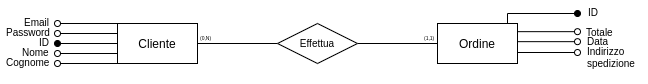
Before: docs/images/cliente.png, a diagram exported from draw.io (krosspile/ecommerce_database). Source tidied: cells renumbered, new cells last; positions are measured from the earlier drawing's top-left corner, leaving out a move shared by most shapes.
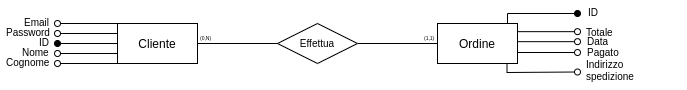
After the commit.

What changed in the source:
```diff
@@ -65,8 +65,8 @@
     <mxCell id="17" value="Totale" style="text;strokeColor=none;fillColor=none;spacingLeft=4;spacingRight=4;overflow=hidden;fontSize=10;" parent="1" vertex="1">
       <mxGeometry x="580" y="20" width="46" height="23" as="geometry" />
     </mxCell>
-    <mxCell id="18" value="Indirizzo&#10;spedizione" style="text;strokeColor=none;fillColor=none;spacingLeft=4;spacingRight=4;overflow=hidden;fontSize=10;" parent="1" vertex="1">
-      <mxGeometry x="581" y="38.5" width="66" height="33" as="geometry" />
+    <mxCell id="18" value="Indirizzo &#10;spedizione" style="text;strokeColor=none;fillColor=none;spacingLeft=4;spacingRight=4;overflow=hidden;fontSize=10;" parent="1" vertex="1">
+      <mxGeometry x="580" y="52" width="106" height="34.5" as="geometry" />
     </mxCell>
     <mxCell id="19" style="edgeStyle=orthogonalEdgeStyle;rounded=0;orthogonalLoop=1;jettySize=auto;html=1;exitX=0;exitY=0.25;exitDx=0;exitDy=0;endArrow=oval;endFill=0;" parent="1" edge="1">
       <mxGeometry relative="1" as="geometry">
@@ -108,5 +108,17 @@
         <mxPoint x="577" y="41.2" as="targetPoint" />
       </mxGeometry>
     </mxCell>
+    <mxCell id="27" style="edgeStyle=orthogonalEdgeStyle;rounded=0;jettySize=auto;html=1;exitX=0.869;exitY=1;exitDx=0;exitDy=0;endArrow=oval;endFill=0;sourcePerimeterSpacing=0;targetPerimeterSpacing=0;exitPerimeter=0;" parent="1" edge="1" source="14">
+      <mxGeometry relative="1" as="geometry">
+        <mxPoint x="577" y="71.5" as="targetPoint" />
+        <Array as="points">
+          <mxPoint x="507" y="72" />
+          <mxPoint x="507" y="72" />
+        </Array>
+      </mxGeometry>
+    </mxCell>
+    <mxCell id="28" value="Pagato" style="text;strokeColor=none;fillColor=none;spacingLeft=4;spacingRight=4;overflow=hidden;fontSize=10;" parent="1" vertex="1">
+      <mxGeometry x="581" y="40" width="45" height="23" as="geometry" />
+    </mxCell>
   </root>
 </mxGraphModel>
```
